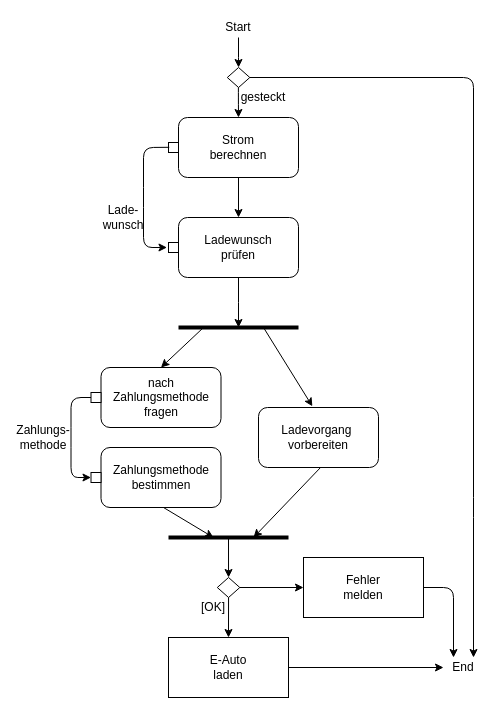
Earlier version of the draw.io diagram Softwaretechnik/Untitled Diagram.drawio (wenont/HA). Source tidied: cells renumbered, new cells numbered last; positions are measured from the earlier drawing's top-left corner, leaving out a move shared by most shapes. Both pictures are drawn from the tidied source at 100%, with x=0, y=0 at pixel (23, 17).
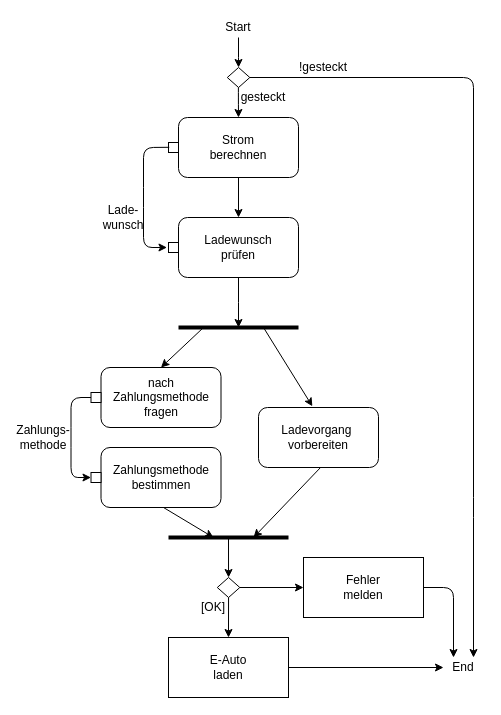
Above is the later version.

The edit, as a diff of the source:
```diff
@@
+    <mxCell id="39" value="!gesteckt" style="text;html=1;strokeColor=none;fillColor=none;align=center;verticalAlign=middle;whiteSpace=wrap;rounded=0;" parent="1" vertex="1">
+      <mxGeometry x="280" y="40" width="40" height="20" as="geometry" />
+    </mxCell>
```
